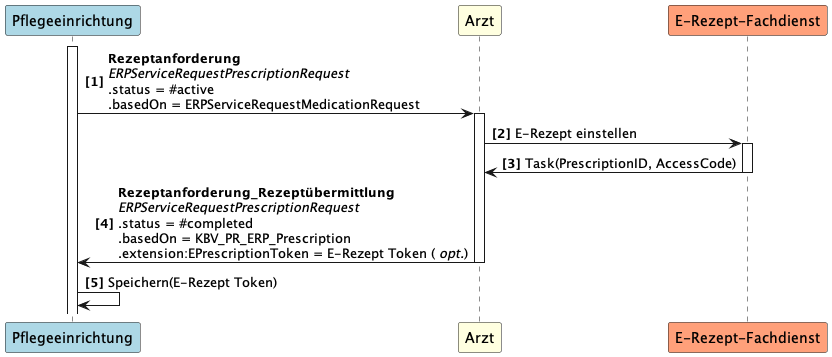
The PlantUML diagram guides/ig-rezeptanforderung/images/puml_images/UC1_1.png in gematik/spec-E-Rezept-ServiceRequest, before a commit.
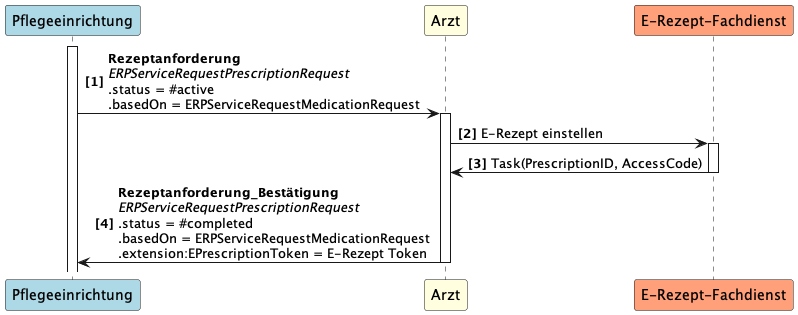
Later version of the same file.

Change to the diagram source:
```diff
@@ -8,6 +8,5 @@
 PE -> A++: <b>Rezeptanforderung \n<i>ERPServiceRequestPrescriptionRequest \n.status = #active \n.basedOn = ERPServiceRequestMedicationRequest
 A -> FD++: E-Rezept einstellen
 FD -> A--: Task(PrescriptionID, AccessCode)
-A -> PE--: <b>Rezeptanforderung_Rezeptübermittlung\n<i>ERPServiceRequestPrescriptionRequest \n.status = #completed \n.basedOn = KBV_PR_ERP_Prescription \n.extension:EPrescriptionToken = E-Rezept Token ( <i>opt.</i>)
-PE -> PE: Speichern(E-Rezept Token)
+A -> PE--: <b>Rezeptanforderung_Bestätigung\n<i>ERPServiceRequestPrescriptionRequest \n.status = #completed \n.basedOn = ERPServiceRequestMedicationRequest \n.extension:EPrescriptionToken = E-Rezept Token
 @enduml
```
